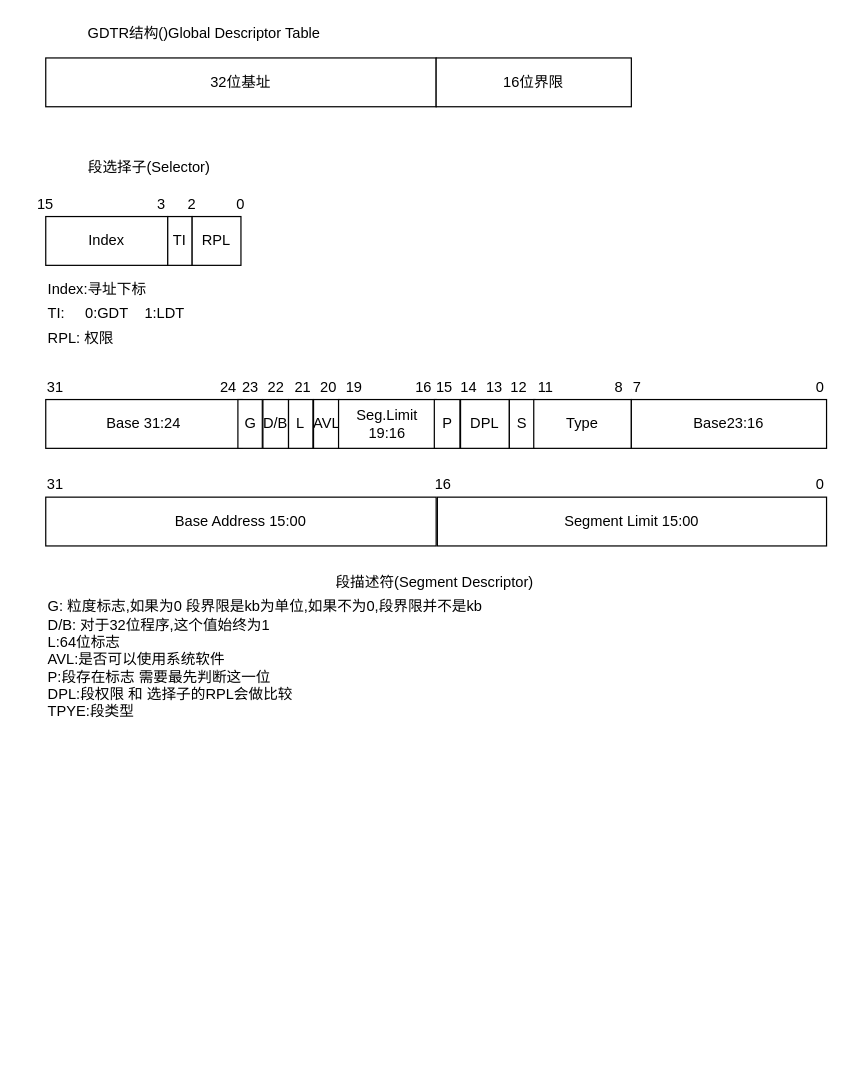
Before: Untitled Diagram.drawio in NENCAO/cdn, a draw.io diagram. Source tidied: cells renumbered, new cells numbered last; positions are measured from the earlier drawing's top-left corner, leaving out a move shared by most shapes. Both pictures are drawn from the tidied source at 122%, with x=0, y=0 at pixel (21, 21).
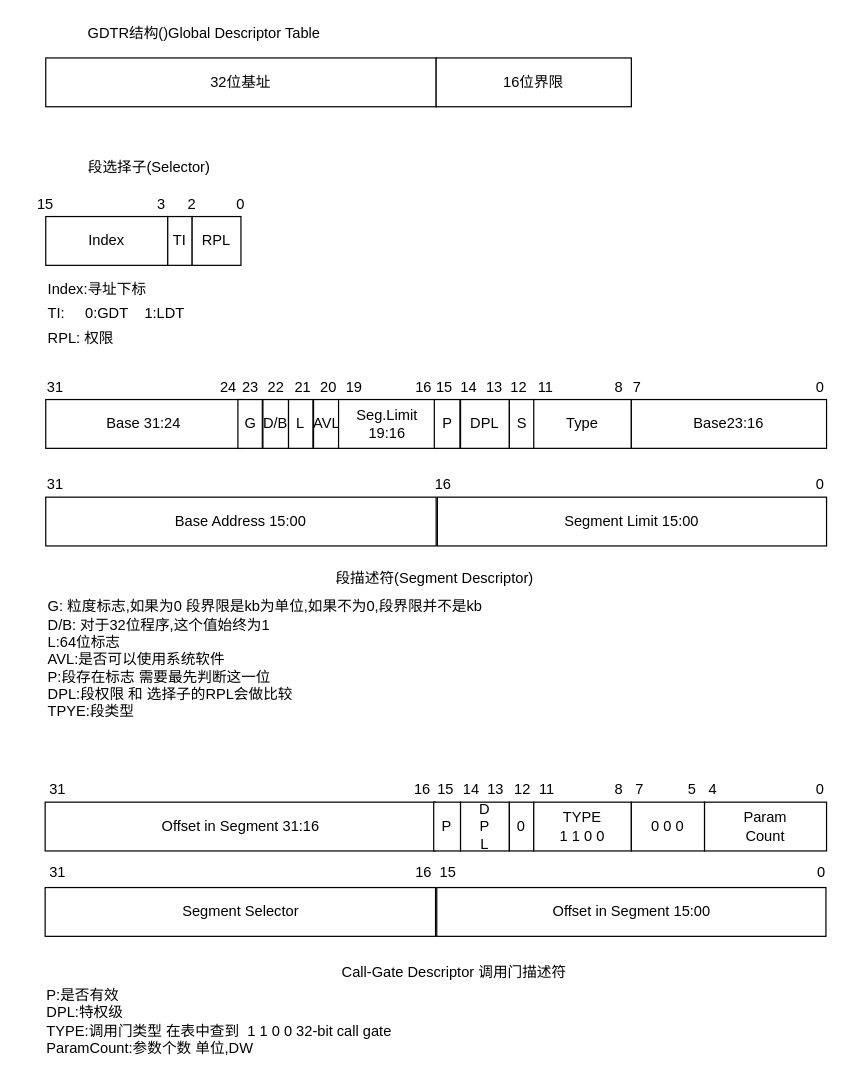
Above is the later version.

Change to the diagram source:
```diff
@@
     <mxCell id="41" value="段描述符(&lt;span&gt;Segment Descriptor)&lt;/span&gt;&lt;br&gt;" style="text;html=1;strokeColor=none;fillColor=none;align=center;verticalAlign=middle;whiteSpace=wrap;rounded=0;" parent="1" vertex="1">
-      <mxGeometry x="223.5" y="450" width="230" height="20" as="geometry" />
+      <mxGeometry x="223.5" y="447" width="230" height="20" as="geometry" />
     </mxCell>
@@
+    <mxCell id="50" value="Segment Selector" style="rounded=0;whiteSpace=wrap;html=1;" parent="1" vertex="1">
+      <mxGeometry x="19.5" y="710" width="320" height="40" as="geometry" />
+    </mxCell>
+    <mxCell id="51" value="Offset in Segment 15:00" style="rounded=0;whiteSpace=wrap;html=1;" parent="1" vertex="1">
+      <mxGeometry x="340.5" y="710" width="319" height="40" as="geometry" />
+    </mxCell>
+    <mxCell id="52" value="31" style="text;html=1;strokeColor=none;fillColor=none;align=center;verticalAlign=middle;whiteSpace=wrap;rounded=0;" parent="1" vertex="1">
+      <mxGeometry x="10" y="688" width="40" height="20" as="geometry" />
+    </mxCell>
+    <mxCell id="53" value="16" style="text;html=1;strokeColor=none;fillColor=none;align=center;verticalAlign=middle;whiteSpace=wrap;rounded=0;" parent="1" vertex="1">
+      <mxGeometry x="310" y="688" width="40" height="20" as="geometry" />
+    </mxCell>
+    <mxCell id="54" value="0" style="text;html=1;strokeColor=none;fillColor=none;align=center;verticalAlign=middle;whiteSpace=wrap;rounded=0;" parent="1" vertex="1">
+      <mxGeometry x="635.5" y="688" width="40" height="20" as="geometry" />
+    </mxCell>
+    <mxCell id="55" value="Offset in Segment 31:16" style="rounded=0;whiteSpace=wrap;html=1;" parent="1" vertex="1">
+      <mxGeometry x="19.5" y="640" width="320" height="40" as="geometry" />
+    </mxCell>
+    <mxCell id="56" value="16" style="text;html=1;strokeColor=none;fillColor=none;align=center;verticalAlign=middle;whiteSpace=wrap;rounded=0;" parent="1" vertex="1">
+      <mxGeometry x="309" y="620" width="40" height="20" as="geometry" />
+    </mxCell>
+    <mxCell id="57" value="31" style="text;html=1;strokeColor=none;fillColor=none;align=center;verticalAlign=middle;whiteSpace=wrap;rounded=0;" parent="1" vertex="1">
+      <mxGeometry x="10" y="620" width="40" height="20" as="geometry" />
+    </mxCell>
+    <mxCell id="58" value="P" style="rounded=0;whiteSpace=wrap;html=1;" parent="1" vertex="1">
+      <mxGeometry x="338" y="640" width="22" height="40" as="geometry" />
+    </mxCell>
+    <mxCell id="59" value="D&lt;br&gt;P&lt;br&gt;L" style="rounded=0;whiteSpace=wrap;html=1;" parent="1" vertex="1">
+      <mxGeometry x="360" y="640" width="40" height="40" as="geometry" />
+    </mxCell>
+    <mxCell id="60" value="0" style="rounded=0;whiteSpace=wrap;html=1;" parent="1" vertex="1">
+      <mxGeometry x="400" y="640" width="20" height="40" as="geometry" />
+    </mxCell>
+    <mxCell id="61" value="TYPE&lt;br&gt;1 1 0 0" style="rounded=0;whiteSpace=wrap;html=1;" parent="1" vertex="1">
+      <mxGeometry x="420" y="640" width="80" height="40" as="geometry" />
+    </mxCell>
+    <mxCell id="62" value="0 0 0" style="rounded=0;whiteSpace=wrap;html=1;" parent="1" vertex="1">
+      <mxGeometry x="500" y="640" width="60" height="40" as="geometry" />
+    </mxCell>
+    <mxCell id="63" value="Param&lt;br&gt;Count" style="rounded=0;whiteSpace=wrap;html=1;" parent="1" vertex="1">
+      <mxGeometry x="560" y="640" width="100" height="40" as="geometry" />
+    </mxCell>
+    <mxCell id="64" value="Call-Gate Descriptor 调用门描述符" style="text;html=1;strokeColor=none;fillColor=none;align=center;verticalAlign=middle;whiteSpace=wrap;rounded=0;" parent="1" vertex="1">
+      <mxGeometry x="240" y="770" width="230" height="20" as="geometry" />
+    </mxCell>
+    <mxCell id="65" value="15" style="text;html=1;strokeColor=none;fillColor=none;align=center;verticalAlign=middle;whiteSpace=wrap;rounded=0;" parent="1" vertex="1">
+      <mxGeometry x="328" y="620" width="40" height="20" as="geometry" />
+    </mxCell>
+    <mxCell id="66" value="12" style="text;html=1;strokeColor=none;fillColor=none;align=center;verticalAlign=middle;whiteSpace=wrap;rounded=0;" parent="1" vertex="1">
+      <mxGeometry x="390.5" y="620" width="40" height="20" as="geometry" />
+    </mxCell>
+    <mxCell id="67" value="13" style="text;html=1;strokeColor=none;fillColor=none;align=center;verticalAlign=middle;whiteSpace=wrap;rounded=0;" parent="1" vertex="1">
+      <mxGeometry x="369" y="620" width="40" height="20" as="geometry" />
+    </mxCell>
+    <mxCell id="68" value="14" style="text;html=1;strokeColor=none;fillColor=none;align=center;verticalAlign=middle;whiteSpace=wrap;rounded=0;" parent="1" vertex="1">
+      <mxGeometry x="349" y="620" width="40" height="20" as="geometry" />
+    </mxCell>
+    <mxCell id="69" value="11" style="text;html=1;strokeColor=none;fillColor=none;align=center;verticalAlign=middle;whiteSpace=wrap;rounded=0;" parent="1" vertex="1">
+      <mxGeometry x="410.5" y="620" width="40" height="20" as="geometry" />
+    </mxCell>
+    <mxCell id="70" value="8" style="text;html=1;strokeColor=none;fillColor=none;align=center;verticalAlign=middle;whiteSpace=wrap;rounded=0;" parent="1" vertex="1">
+      <mxGeometry x="470" y="620" width="40" height="20" as="geometry" />
+    </mxCell>
+    <mxCell id="71" value="7" style="text;html=1;strokeColor=none;fillColor=none;align=center;verticalAlign=middle;whiteSpace=wrap;rounded=0;" parent="1" vertex="1">
+      <mxGeometry x="487" y="620" width="40" height="20" as="geometry" />
+    </mxCell>
+    <mxCell id="72" value="5" style="text;html=1;strokeColor=none;fillColor=none;align=center;verticalAlign=middle;whiteSpace=wrap;rounded=0;" parent="1" vertex="1">
+      <mxGeometry x="530" y="620" width="40" height="20" as="geometry" />
+    </mxCell>
+    <mxCell id="73" value="4" style="text;html=1;strokeColor=none;fillColor=none;align=center;verticalAlign=middle;whiteSpace=wrap;rounded=0;" parent="1" vertex="1">
+      <mxGeometry x="547" y="620" width="40" height="20" as="geometry" />
+    </mxCell>
+    <mxCell id="74" value="0" style="text;html=1;strokeColor=none;fillColor=none;align=center;verticalAlign=middle;whiteSpace=wrap;rounded=0;" parent="1" vertex="1">
+      <mxGeometry x="635" y="620" width="40" height="20" as="geometry" />
+    </mxCell>
+    <mxCell id="75" value="15" style="text;html=1;strokeColor=none;fillColor=none;align=center;verticalAlign=middle;whiteSpace=wrap;rounded=0;" parent="1" vertex="1">
+      <mxGeometry x="330" y="688" width="40" height="20" as="geometry" />
+    </mxCell>
+    <mxCell id="76" value="P:是否有效&lt;br&gt;DPL:特权级&lt;br&gt;TYPE:调用门类型 在表中查到&amp;nbsp; 1 1 0 0 32-bit call gate&lt;br&gt;ParamCount:参数个数 单位,DW&lt;br&gt;" style="text;html=1;strokeColor=none;fillColor=none;align=left;verticalAlign=middle;whiteSpace=wrap;rounded=0;" parent="1" vertex="1">
+      <mxGeometry x="19" y="810" width="521" height="20" as="geometry" />
+    </mxCell>
```
